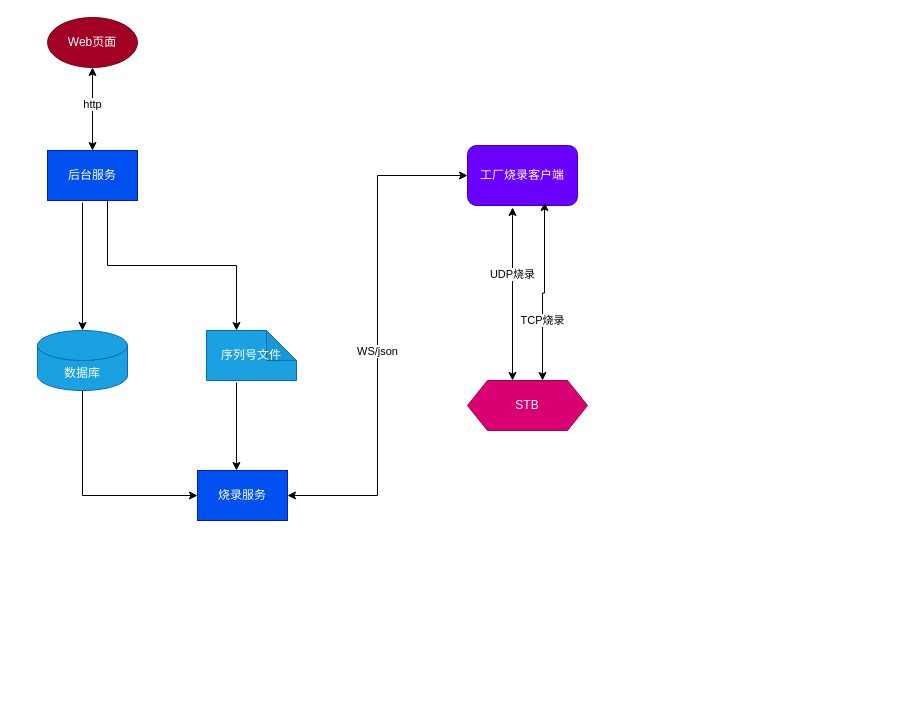
zebra-min/my-design keeps this draw.io diagram as TMS-4.drawio. Above is the earlier version. Source tidied: cells renumbered, new cells numbered last; positions are measured from the earlier drawing's top-left corner, leaving out a move shared by most shapes. Both pictures are drawn from the tidied source at 100%, with x=0, y=0 at pixel (37, 17).
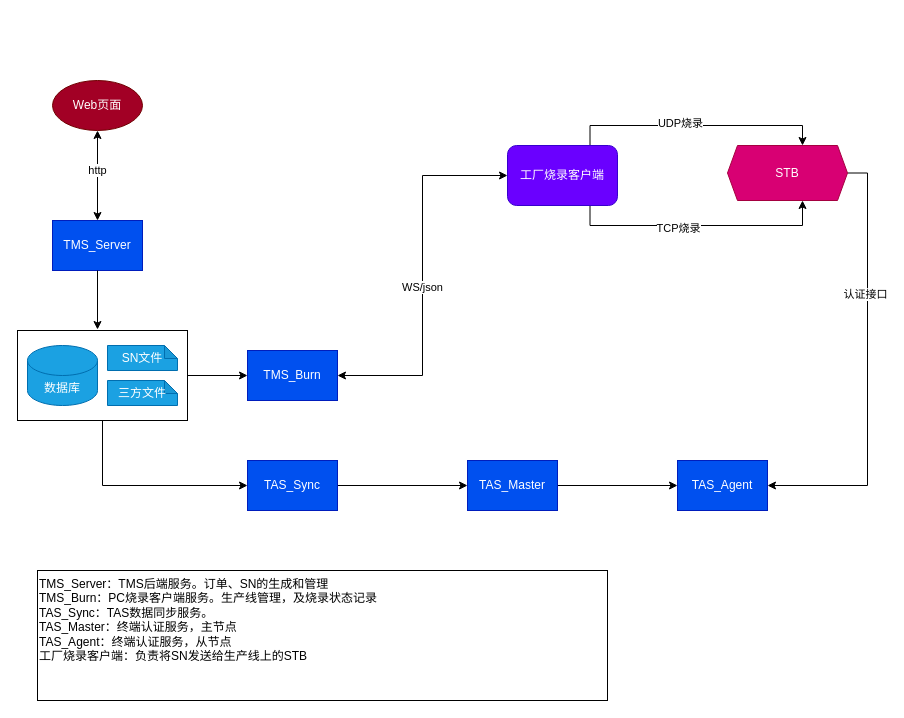
After the change.

Diff of the diagram source:
```diff
@@
+    <mxCell id="21" style="edgeStyle=orthogonalEdgeStyle;rounded=0;jettySize=auto;html=1;exitX=1;exitY=0.5;exitDx=0;exitDy=0;entryX=0;entryY=0.5;entryDx=0;entryDy=0;" parent="1" edge="1" source="23" target="6">
+      <mxGeometry relative="1" as="geometry" />
+    </mxCell>
+    <mxCell id="22" style="edgeStyle=orthogonalEdgeStyle;rounded=0;jettySize=auto;html=1;exitX=0.5;exitY=1;exitDx=0;exitDy=0;entryX=0;entryY=0.5;entryDx=0;entryDy=0;" parent="1" edge="1" source="23" target="31">
+      <mxGeometry relative="1" as="geometry" />
+    </mxCell>
+    <mxCell id="23" style="rounded=0;whiteSpace=wrap;html=1;" parent="1" vertex="1">
+      <mxGeometry x="-20" y="313" width="170" height="90" as="geometry" />
+    </mxCell>
@@
     <mxCell id="4" value="Web页面" style="ellipse;whiteSpace=wrap;html=1;fillColor=#a20025;fontColor=#ffffff;strokeColor=#6F0000;" parent="1" vertex="1">
-      <mxGeometry x="10" width="90" height="50" as="geometry" />
+      <mxGeometry x="15" y="63" width="90" height="50" as="geometry" />
     </mxCell>
-    <mxCell id="5" value="后台服务" style="rounded=0;whiteSpace=wrap;html=1;fillColor=#0050ef;strokeColor=#001DBC;fontColor=#ffffff;" parent="1" vertex="1">
-      <mxGeometry x="10" y="133" width="90" height="50" as="geometry" />
+    <mxCell id="5" value="TMS_Server" style="rounded=0;whiteSpace=wrap;html=1;fillColor=#0050ef;strokeColor=#001DBC;fontColor=#ffffff;" parent="1" vertex="1">
+      <mxGeometry x="15" y="203" width="90" height="50" as="geometry" />
     </mxCell>
-    <mxCell id="6" value="烧录服务" style="rounded=0;whiteSpace=wrap;html=1;fillColor=#0050ef;fontColor=#ffffff;strokeColor=#001DBC;" parent="1" vertex="1">
-      <mxGeometry x="160" y="453" width="90" height="50" as="geometry" />
+    <mxCell id="6" value="TMS_Burn" style="rounded=0;whiteSpace=wrap;html=1;fillColor=#0050ef;fontColor=#ffffff;strokeColor=#001DBC;" parent="1" vertex="1">
+      <mxGeometry x="210" y="333" width="90" height="50" as="geometry" />
     </mxCell>
-    <mxCell id="7" style="edgeStyle=orthogonalEdgeStyle;rounded=0;jettySize=auto;html=1;exitX=0.5;exitY=1;exitDx=0;exitDy=0;exitPerimeter=0;entryX=0;entryY=0.5;entryDx=0;entryDy=0;" parent="1" edge="1" source="8" target="6">
-      <mxGeometry relative="1" as="geometry" />
-    </mxCell>
     <mxCell id="8" value="数据库" style="shape=cylinder3;whiteSpace=wrap;html=1;boundedLbl=1;backgroundOutline=1;size=15;fillColor=#1ba1e2;fontColor=#ffffff;strokeColor=#006EAF;" parent="1" vertex="1">
-      <mxGeometry y="313" width="90" height="60" as="geometry" />
+      <mxGeometry x="-10" y="328" width="70" height="60" as="geometry" />
     </mxCell>
-    <mxCell id="9" value="序列号文件" style="shape=note;whiteSpace=wrap;html=1;backgroundOutline=1;darkOpacity=0.05;fillColor=#1ba1e2;fontColor=#ffffff;strokeColor=#006EAF;" parent="1" vertex="1">
-      <mxGeometry x="169" y="313" width="90" height="50" as="geometry" />
+    <mxCell id="9" value="SN文件" style="shape=note;whiteSpace=wrap;html=1;backgroundOutline=1;darkOpacity=0.05;fillColor=#1ba1e2;fontColor=#ffffff;strokeColor=#006EAF;size=13;" parent="1" vertex="1">
+      <mxGeometry x="70" y="328" width="70" height="25" as="geometry" />
     </mxCell>
@@
-    <mxCell id="12" style="edgeStyle=orthogonalEdgeStyle;rounded=0;jettySize=auto;html=1;exitX=0.409;exitY=1.033;exitDx=0;exitDy=0;entryX=0.375;entryY=0;entryDx=0;entryDy=0;exitPerimeter=0;startArrow=classic;startFill=1;" parent="1" edge="1" source="14" target="17">
-      <mxGeometry relative="1" as="geometry" />
-    </mxCell>
+    <mxCell id="24" style="edgeStyle=orthogonalEdgeStyle;rounded=0;jettySize=auto;html=1;exitX=0.75;exitY=0;exitDx=0;exitDy=0;entryX=0.625;entryY=0;entryDx=0;entryDy=0;" parent="1" edge="1" source="14" target="17">
+      <mxGeometry relative="1" as="geometry" />
+    </mxCell>
-    <mxCell id="13" value="UDP烧录" style="edgeLabel;html=1;align=center;verticalAlign=middle;" parent="12" vertex="1">
-      <mxGeometry x="-0.05" relative="1" as="geometry">
-        <mxPoint y="-15" as="offset" />
+    <mxCell id="13" value="UDP烧录" style="edgeLabel;html=1;align=center;verticalAlign=middle;" parent="24" vertex="1">
+      <mxGeometry x="-0.14" y="3" relative="1" as="geometry">
+        <mxPoint x="1" as="offset" />
       </mxGeometry>
     </mxCell>
+    <mxCell id="25" style="edgeStyle=orthogonalEdgeStyle;rounded=0;jettySize=auto;html=1;exitX=0.75;exitY=1;exitDx=0;exitDy=0;entryX=0.625;entryY=1;entryDx=0;entryDy=0;" parent="1" edge="1" source="14" target="17">
+      <mxGeometry relative="1" as="geometry" />
+    </mxCell>
+    <mxCell id="16" value="TCP烧录" style="edgeLabel;html=1;align=center;verticalAlign=middle;" parent="25" vertex="1">
+      <mxGeometry x="-0.12" y="-2" relative="1" as="geometry">
+        <mxPoint x="-5" as="offset" />
+      </mxGeometry>
+    </mxCell>
     <mxCell id="14" value="工厂烧录客户端" style="rounded=1;whiteSpace=wrap;html=1;fillColor=#6a00ff;fontColor=#ffffff;strokeColor=#3700CC;" parent="1" vertex="1">
-      <mxGeometry x="430" y="128" width="110" height="60" as="geometry" />
+      <mxGeometry x="470" y="128" width="110" height="60" as="geometry" />
     </mxCell>
-    <mxCell id="15" style="edgeStyle=orthogonalEdgeStyle;rounded=0;jettySize=auto;html=1;exitX=0.625;exitY=0;exitDx=0;exitDy=0;entryX=0.7;entryY=0.95;entryDx=0;entryDy=0;entryPerimeter=0;startArrow=classic;startFill=1;" parent="1" edge="1" source="17" target="14">
-      <mxGeometry relative="1" as="geometry" />
-    </mxCell>
-    <mxCell id="16" value="TCP烧录" style="edgeLabel;html=1;align=center;verticalAlign=middle;" parent="15" vertex="1">
-      <mxGeometry x="-0.08" y="1" relative="1" as="geometry">
-        <mxPoint y="22" as="offset" />
-      </mxGeometry>
-    </mxCell>
+    <mxCell id="26" style="edgeStyle=orthogonalEdgeStyle;rounded=0;jettySize=auto;html=1;exitX=1;exitY=0.5;exitDx=0;exitDy=0;entryX=1;entryY=0.5;entryDx=0;entryDy=0;" parent="1" edge="1" source="17" target="34">
+      <mxGeometry relative="1" as="geometry" />
+    </mxCell>
+    <mxCell id="27" value="认证接口" style="edgeLabel;html=1;align=center;verticalAlign=middle;" parent="26" vertex="1">
+      <mxGeometry x="-0.35" y="-4" relative="1" as="geometry">
+        <mxPoint x="1" as="offset" />
+      </mxGeometry>
+    </mxCell>
-    <mxCell id="17" value="STB" style="shape=hexagon;perimeter=hexagonPerimeter2;whiteSpace=wrap;html=1;fixedSize=1;fillColor=#d80073;fontColor=#ffffff;strokeColor=#A50040;" parent="1" vertex="1">
-      <mxGeometry x="430" y="363" width="120" height="50" as="geometry" />
+    <mxCell id="17" value="STB" style="shape=hexagon;perimeter=hexagonPerimeter2;whiteSpace=wrap;html=1;fixedSize=1;fillColor=#d80073;fontColor=#ffffff;strokeColor=#A50040;size=10;" parent="1" vertex="1">
+      <mxGeometry x="690" y="128" width="120" height="55" as="geometry" />
     </mxCell>
-    <mxCell id="18" style="edgeStyle=orthogonalEdgeStyle;rounded=0;jettySize=auto;html=1;exitX=0.389;exitY=1.04;exitDx=0;exitDy=0;entryX=0.5;entryY=0;entryDx=0;entryDy=0;entryPerimeter=0;exitPerimeter=0;" parent="1" edge="1" source="5" target="8">
-      <mxGeometry relative="1" as="geometry" />
-    </mxCell>
-    <mxCell id="19" style="edgeStyle=orthogonalEdgeStyle;rounded=0;jettySize=auto;html=1;entryX=0;entryY=0;entryDx=30;entryDy=0;entryPerimeter=0;" parent="1" edge="1" target="9">
-      <mxGeometry relative="1" as="geometry">
-        <mxPoint x="70" y="183" as="sourcePoint" />
-        <Array as="points">
-          <mxPoint x="70" y="183" />
-          <mxPoint x="70" y="248" />
-          <mxPoint x="200" y="248" />
-        </Array>
-      </mxGeometry>
-    </mxCell>
-    <mxCell id="20" style="edgeStyle=orthogonalEdgeStyle;rounded=0;jettySize=auto;html=1;entryX=0.433;entryY=0;entryDx=0;entryDy=0;entryPerimeter=0;exitX=0.333;exitY=1.04;exitDx=0;exitDy=0;exitPerimeter=0;" parent="1" edge="1" source="9" target="6">
-      <mxGeometry relative="1" as="geometry" />
-    </mxCell>
+    <mxCell id="28" value="三方文件" style="shape=note;whiteSpace=wrap;html=1;backgroundOutline=1;darkOpacity=0.05;fillColor=#1ba1e2;fontColor=#ffffff;strokeColor=#006EAF;size=13;" parent="1" vertex="1">
+      <mxGeometry x="70" y="363" width="70" height="25" as="geometry" />
+    </mxCell>
+    <mxCell id="29" style="edgeStyle=orthogonalEdgeStyle;rounded=0;jettySize=auto;html=1;exitX=0.5;exitY=1;exitDx=0;exitDy=0;" parent="1" edge="1" source="5">
+      <mxGeometry relative="1" as="geometry">
+        <mxPoint x="60" y="312" as="targetPoint" />
+      </mxGeometry>
+    </mxCell>
+    <mxCell id="30" style="edgeStyle=orthogonalEdgeStyle;rounded=0;jettySize=auto;html=1;exitX=1;exitY=0.5;exitDx=0;exitDy=0;entryX=0;entryY=0.5;entryDx=0;entryDy=0;" parent="1" edge="1" source="31" target="33">
+      <mxGeometry relative="1" as="geometry" />
+    </mxCell>
+    <mxCell id="31" value="TAS_Sync" style="rounded=0;whiteSpace=wrap;html=1;fillColor=#0050ef;fontColor=#ffffff;strokeColor=#001DBC;" parent="1" vertex="1">
+      <mxGeometry x="210" y="443" width="90" height="50" as="geometry" />
+    </mxCell>
+    <mxCell id="32" style="edgeStyle=orthogonalEdgeStyle;rounded=0;jettySize=auto;html=1;exitX=1;exitY=0.5;exitDx=0;exitDy=0;entryX=0;entryY=0.5;entryDx=0;entryDy=0;" parent="1" edge="1" source="33" target="34">
+      <mxGeometry relative="1" as="geometry" />
+    </mxCell>
+    <mxCell id="33" value="TAS_Master" style="rounded=0;whiteSpace=wrap;html=1;fillColor=#0050ef;fontColor=#ffffff;strokeColor=#001DBC;" parent="1" vertex="1">
+      <mxGeometry x="430" y="443" width="90" height="50" as="geometry" />
+    </mxCell>
+    <mxCell id="34" value="TAS_Agent" style="rounded=0;whiteSpace=wrap;html=1;fillColor=#0050ef;fontColor=#ffffff;strokeColor=#001DBC;" parent="1" vertex="1">
+      <mxGeometry x="640" y="443" width="90" height="50" as="geometry" />
+    </mxCell>
+    <mxCell id="35" value="TMS_Server：TMS后端服务。订单、SN的生成和管理&lt;div&gt;TMS_Burn：PC烧录客户端服务。生产线管理，及烧录状态记录&lt;/div&gt;&lt;div&gt;TAS_Sync：TAS数据同步服务。&lt;/div&gt;&lt;div&gt;TAS_Master：终端认证服务，主节点&lt;/div&gt;&lt;div&gt;TAS_Agent：终端认证服务，从节点&lt;/div&gt;&lt;div&gt;工厂烧录客户端：负责将SN发送给生产线上的STB&lt;/div&gt;&lt;div&gt;&lt;br&gt;&lt;/div&gt;" style="rounded=0;whiteSpace=wrap;html=1;align=left;verticalAlign=top;" parent="1" vertex="1">
+      <mxGeometry y="553" width="570" height="130" as="geometry" />
+    </mxCell>
```
